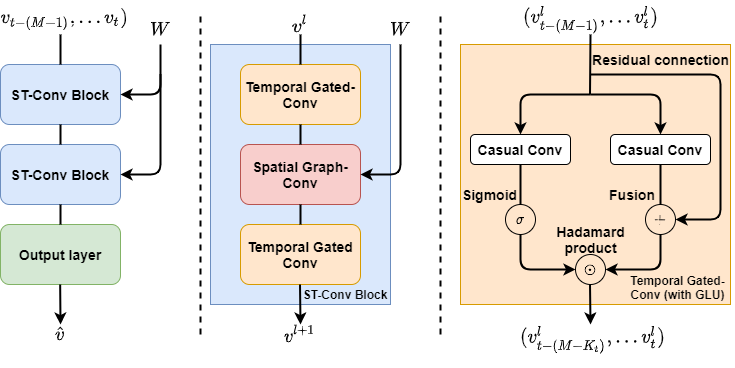
The draw.io diagram figure/stgcn_model_structure.png in hazdzz/STGCN, before a commit. Source tidied: cells renumbered, new cells last; positions are measured from the earlier drawing's top-left corner, leaving out a move shared by most shapes.
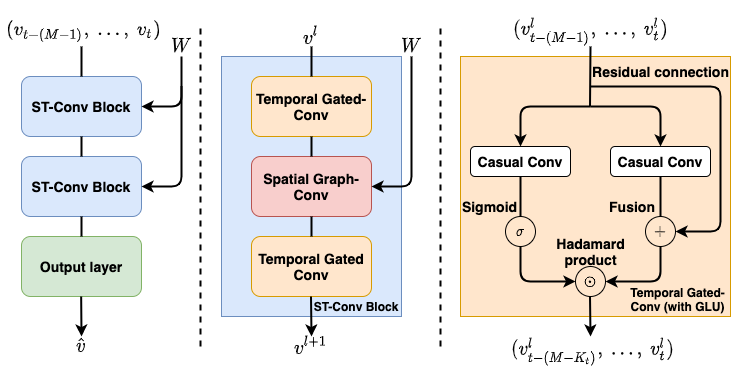
The same diagram one commit later.

Commit message:
change model figure

The edit, as a diff of the source:
```diff
@@ -9,16 +9,16 @@
       <mxGeometry x="460" y="40" width="270" height="260" as="geometry" />
     </mxCell>
     <mxCell id="4" style="rounded=0;whiteSpace=wrap;html=1;fillColor=#dae8fc;strokeColor=#6c8ebf;" parent="2" vertex="1">
-      <mxGeometry x="210" y="40" width="180" height="260" as="geometry" />
+      <mxGeometry x="221" y="40" width="180" height="260" as="geometry" />
     </mxCell>
     <mxCell id="5" value="&lt;b&gt;&lt;font style=&quot;font-size: 14px&quot;&gt;ST-Conv Block&lt;/font&gt;&lt;/b&gt;" style="rounded=1;whiteSpace=wrap;html=1;fillColor=#dae8fc;strokeColor=#6c8ebf;" parent="2" vertex="1">
-      <mxGeometry y="60" width="120" height="60" as="geometry" />
+      <mxGeometry x="21" y="60" width="120" height="60" as="geometry" />
     </mxCell>
     <mxCell id="6" value="&lt;b&gt;&lt;font style=&quot;font-size: 14px&quot;&gt;ST-Conv Block&lt;/font&gt;&lt;/b&gt;" style="rounded=1;whiteSpace=wrap;html=1;fillColor=#dae8fc;strokeColor=#6c8ebf;" parent="2" vertex="1">
-      <mxGeometry y="140" width="120" height="60" as="geometry" />
+      <mxGeometry x="21" y="140" width="120" height="60" as="geometry" />
     </mxCell>
     <mxCell id="7" value="&lt;b&gt;&lt;font style=&quot;font-size: 14px&quot;&gt;Output layer&lt;/font&gt;&lt;/b&gt;" style="rounded=1;whiteSpace=wrap;html=1;fillColor=#d5e8d4;strokeColor=#82b366;" parent="2" vertex="1">
-      <mxGeometry y="220" width="120" height="60" as="geometry" />
+      <mxGeometry x="21" y="220" width="120" height="60" as="geometry" />
     </mxCell>
     <mxCell id="8" style="endArrow=none;dashed=1;html=1;strokeWidth=2;" parent="2" edge="1">
       <mxGeometry as="geometry">
@@ -27,86 +27,86 @@
       </mxGeometry>
     </mxCell>
     <mxCell id="9" style="edgeStyle=segmentEdgeStyle;endArrow=classic;html=1;strokeWidth=2;" parent="2" edge="1">
-      <mxGeometry as="geometry">
-        <mxPoint x="160" y="40" as="sourcePoint" />
-        <mxPoint x="120" y="90" as="targetPoint" />
+      <mxGeometry x="21" as="geometry">
+        <mxPoint x="181" y="40" as="sourcePoint" />
+        <mxPoint x="141" y="90" as="targetPoint" />
         <Array as="points">
-          <mxPoint x="160" y="90" />
+          <mxPoint x="181" y="90" />
         </Array>
       </mxGeometry>
     </mxCell>
     <mxCell id="10" style="edgeStyle=segmentEdgeStyle;endArrow=classic;html=1;strokeWidth=2;" parent="2" edge="1">
-      <mxGeometry as="geometry">
-        <mxPoint x="160" y="70" as="sourcePoint" />
-        <mxPoint x="120" y="170" as="targetPoint" />
+      <mxGeometry x="21" as="geometry">
+        <mxPoint x="181" y="70" as="sourcePoint" />
+        <mxPoint x="141" y="170" as="targetPoint" />
         <Array as="points">
-          <mxPoint x="160" y="90" />
-          <mxPoint x="160" y="170" />
+          <mxPoint x="181" y="90" />
+          <mxPoint x="181" y="170" />
         </Array>
       </mxGeometry>
     </mxCell>
     <mxCell id="11" style="line;strokeWidth=2;direction=south;html=1;" parent="2" vertex="1">
-      <mxGeometry x="55" y="200" width="10" height="20" as="geometry" />
+      <mxGeometry x="76" y="200" width="10" height="20" as="geometry" />
     </mxCell>
     <mxCell id="12" style="line;strokeWidth=2;direction=south;html=1;" parent="2" vertex="1">
-      <mxGeometry x="55" y="120" width="10" height="20" as="geometry" />
+      <mxGeometry x="76" y="120" width="10" height="20" as="geometry" />
     </mxCell>
     <mxCell id="13" style="endArrow=classic;html=1;strokeWidth=2;entryX=0.5;entryY=0;entryDx=0;entryDy=0;" parent="2" edge="1" target="17">
-      <mxGeometry as="geometry">
-        <mxPoint x="59.7" y="280" as="sourcePoint" />
+      <mxGeometry x="21" as="geometry">
+        <mxPoint x="80.7" y="280" as="sourcePoint" />
       </mxGeometry>
     </mxCell>
     <mxCell id="14" style="line;strokeWidth=2;direction=south;html=1;" parent="2" vertex="1">
-      <mxGeometry x="55" y="30" width="10" height="30" as="geometry" />
+      <mxGeometry x="76" y="30" width="10" height="30" as="geometry" />
     </mxCell>
-    <mxCell id="15" value="&lt;b&gt;&lt;font style=&quot;font-size: 16px&quot;&gt;$$(v_{t-(M-1)}, ... v_t)$$&lt;/font&gt;&lt;/b&gt;" style="text;html=1;strokeColor=none;fillColor=none;align=center;verticalAlign=middle;whiteSpace=wrap;rounded=0;" parent="2" vertex="1">
-      <mxGeometry x="2.5" width="115" height="30" as="geometry" />
+    <mxCell id="15" value="&lt;b&gt;&lt;font style=&quot;font-size: 16px&quot;&gt;$$(v_{t-(M-1)},\ ...,\ v_t)$$&lt;/font&gt;&lt;/b&gt;" style="text;html=1;strokeColor=none;fillColor=none;align=center;verticalAlign=middle;whiteSpace=wrap;rounded=0;" parent="2" vertex="1">
+      <mxGeometry x="26" width="115" height="30" as="geometry" />
     </mxCell>
     <mxCell id="16" value="&lt;b&gt;&lt;font style=&quot;font-size: 16px&quot;&gt;$$W$$&lt;/font&gt;&lt;/b&gt;" style="text;html=1;strokeColor=none;fillColor=none;align=center;verticalAlign=middle;whiteSpace=wrap;rounded=0;" parent="2" vertex="1">
-      <mxGeometry x="140" y="15" width="40" height="20" as="geometry" />
+      <mxGeometry x="161" y="20" width="40" height="20" as="geometry" />
     </mxCell>
     <mxCell id="17" value="&lt;b&gt;&lt;font style=&quot;font-size: 16px&quot;&gt;$$\hat{v}$$&lt;/font&gt;&lt;/b&gt;" style="text;html=1;strokeColor=none;fillColor=none;align=center;verticalAlign=middle;whiteSpace=wrap;rounded=0;" parent="2" vertex="1">
-      <mxGeometry x="40" y="320" width="40" height="20" as="geometry" />
+      <mxGeometry x="61" y="320" width="40" height="20" as="geometry" />
     </mxCell>
     <mxCell id="18" value="&lt;span style=&quot;font-size: 14px&quot;&gt;&lt;b&gt;Temporal Gated-Conv&lt;br&gt;&lt;/b&gt;&lt;/span&gt;" style="rounded=1;whiteSpace=wrap;html=1;fillColor=#ffe6cc;strokeColor=#d79b00;" parent="2" vertex="1">
-      <mxGeometry x="240" y="60" width="120" height="60" as="geometry" />
+      <mxGeometry x="251" y="60" width="120" height="60" as="geometry" />
     </mxCell>
     <mxCell id="19" value="&lt;span style=&quot;font-size: 14px&quot;&gt;&lt;b&gt;Spatial Graph-Conv&lt;/b&gt;&lt;/span&gt;" style="rounded=1;whiteSpace=wrap;html=1;fillColor=#f8cecc;strokeColor=#b85450;" parent="2" vertex="1">
-      <mxGeometry x="240" y="140" width="120" height="60" as="geometry" />
+      <mxGeometry x="251" y="140" width="120" height="60" as="geometry" />
     </mxCell>
     <mxCell id="20" value="&lt;span style=&quot;font-size: 14px&quot;&gt;&lt;b&gt;Temporal Gated Conv&lt;/b&gt;&lt;/span&gt;" style="rounded=1;whiteSpace=wrap;html=1;fillColor=#ffe6cc;strokeColor=#d79b00;" parent="2" vertex="1">
-      <mxGeometry x="240" y="220" width="120" height="60" as="geometry" />
+      <mxGeometry x="251" y="220" width="120" height="60" as="geometry" />
     </mxCell>
     <mxCell id="21" style="line;strokeWidth=2;direction=south;html=1;" parent="2" vertex="1">
-      <mxGeometry x="295" y="30" width="10" height="30" as="geometry" />
+      <mxGeometry x="306" y="30" width="10" height="30" as="geometry" />
     </mxCell>
     <mxCell id="22" style="line;strokeWidth=2;direction=south;html=1;" parent="2" vertex="1">
-      <mxGeometry x="295" y="120" width="10" height="20" as="geometry" />
+      <mxGeometry x="306" y="120" width="10" height="20" as="geometry" />
     </mxCell>
     <mxCell id="23" style="line;strokeWidth=2;direction=south;html=1;" parent="2" vertex="1">
-      <mxGeometry x="295" y="200" width="10" height="20" as="geometry" />
+      <mxGeometry x="306" y="200" width="10" height="20" as="geometry" />
     </mxCell>
     <mxCell id="24" style="endArrow=classic;html=1;strokeWidth=2;" parent="2" edge="1">
-      <mxGeometry as="geometry">
-        <mxPoint x="299.5" y="280" as="sourcePoint" />
-        <mxPoint x="300" y="320" as="targetPoint" />
+      <mxGeometry x="11" as="geometry">
+        <mxPoint x="310.5" y="280" as="sourcePoint" />
+        <mxPoint x="311" y="320" as="targetPoint" />
       </mxGeometry>
     </mxCell>
     <mxCell id="25" style="edgeStyle=segmentEdgeStyle;endArrow=classic;html=1;strokeWidth=2;" parent="2" edge="1">
-      <mxGeometry as="geometry">
-        <mxPoint x="400" y="40" as="sourcePoint" />
-        <mxPoint x="360" y="170" as="targetPoint" />
+      <mxGeometry x="11" as="geometry">
+        <mxPoint x="411" y="40" as="sourcePoint" />
+        <mxPoint x="371" y="170" as="targetPoint" />
         <Array as="points">
-          <mxPoint x="400" y="90" />
-          <mxPoint x="400" y="170" />
+          <mxPoint x="411" y="90" />
+          <mxPoint x="411" y="170" />
         </Array>
       </mxGeometry>
     </mxCell>
     <mxCell id="26" value="&lt;b&gt;&lt;font style=&quot;font-size: 16px&quot;&gt;$$W$$&lt;/font&gt;&lt;/b&gt;" style="text;html=1;strokeColor=none;fillColor=none;align=center;verticalAlign=middle;whiteSpace=wrap;rounded=0;" parent="2" vertex="1">
-      <mxGeometry x="380" y="15" width="40" height="20" as="geometry" />
+      <mxGeometry x="391" y="20" width="40" height="20" as="geometry" />
     </mxCell>
     <mxCell id="27" value="&lt;b&gt;&lt;font style=&quot;font-size: 16px&quot;&gt;$$v^{l+1}$$&lt;/font&gt;&lt;/b&gt;" style="text;html=1;strokeColor=none;fillColor=none;align=center;verticalAlign=middle;whiteSpace=wrap;rounded=0;" parent="2" vertex="1">
-      <mxGeometry x="280" y="320" width="40" height="20" as="geometry" />
+      <mxGeometry x="291" y="320" width="40" height="20" as="geometry" />
     </mxCell>
     <mxCell id="28" style="endArrow=none;dashed=1;html=1;strokeWidth=2;" parent="2" edge="1">
       <mxGeometry as="geometry">
@@ -115,10 +115,10 @@
       </mxGeometry>
     </mxCell>
     <mxCell id="29" value="&lt;b&gt;&lt;font style=&quot;font-size: 16px&quot;&gt;$$v^{l}$$&lt;/font&gt;&lt;/b&gt;" style="text;html=1;strokeColor=none;fillColor=none;align=center;verticalAlign=middle;whiteSpace=wrap;rounded=0;" parent="2" vertex="1">
-      <mxGeometry x="280" y="10" width="40" height="20" as="geometry" />
+      <mxGeometry x="291" y="10" width="40" height="20" as="geometry" />
     </mxCell>
     <mxCell id="30" value="&lt;b&gt;&lt;font style=&quot;font-size: 12px&quot;&gt;ST-Conv Block&lt;/font&gt;&lt;/b&gt;" style="text;html=1;strokeColor=none;fillColor=none;align=center;verticalAlign=middle;whiteSpace=wrap;rounded=0;" parent="2" vertex="1">
-      <mxGeometry x="295" y="280" width="100" height="20" as="geometry" />
+      <mxGeometry x="306" y="280" width="100" height="20" as="geometry" />
     </mxCell>
     <mxCell id="31" value="&lt;span style=&quot;font-size: 14px&quot;&gt;&lt;b&gt;Casual Conv&lt;/b&gt;&lt;/span&gt;" style="rounded=1;whiteSpace=wrap;html=1;" parent="2" vertex="1">
       <mxGeometry x="470" y="130" width="100" height="30" as="geometry" />
@@ -194,10 +194,10 @@
         </Array>
       </mxGeometry>
     </mxCell>
-    <mxCell id="45" value="&lt;b&gt;&lt;font style=&quot;font-size: 16px&quot;&gt;$$(v^l_{t-(M-1)}, ... v^l_t)$$&lt;/font&gt;&lt;/b&gt;" style="text;html=1;strokeColor=none;fillColor=none;align=center;verticalAlign=middle;whiteSpace=wrap;rounded=0;" parent="2" vertex="1">
+    <mxCell id="45" value="&lt;b&gt;&lt;font style=&quot;font-size: 16px&quot;&gt;$$(v^l_{t-(M-1)},\ ...,\&amp;nbsp; v^l_t)$$&lt;/font&gt;&lt;/b&gt;" style="text;html=1;strokeColor=none;fillColor=none;align=center;verticalAlign=middle;whiteSpace=wrap;rounded=0;" parent="2" vertex="1">
       <mxGeometry x="532.5" width="115" height="30" as="geometry" />
     </mxCell>
-    <mxCell id="46" value="&lt;b&gt;&lt;font style=&quot;font-size: 16px&quot;&gt;$$(v^l_{t-(M-K_t)}, ... v^l_t)$$&lt;/font&gt;&lt;/b&gt;" style="text;html=1;strokeColor=none;fillColor=none;align=center;verticalAlign=middle;whiteSpace=wrap;rounded=0;" parent="2" vertex="1">
+    <mxCell id="46" value="&lt;b&gt;&lt;font style=&quot;font-size: 16px&quot;&gt;$$(v^l_{t-(M-K_t)},\ ...,\&amp;nbsp; v^l_t)$$&lt;/font&gt;&lt;/b&gt;" style="text;html=1;strokeColor=none;fillColor=none;align=center;verticalAlign=middle;whiteSpace=wrap;rounded=0;" parent="2" vertex="1">
       <mxGeometry x="535" y="320" width="115" height="30" as="geometry" />
     </mxCell>
     <mxCell id="47" value="&lt;b&gt;Temporal Gated-Conv (with GLU)&lt;/b&gt;" style="text;html=1;strokeColor=none;fillColor=none;align=center;verticalAlign=middle;whiteSpace=wrap;rounded=0;" parent="2" vertex="1">
```
